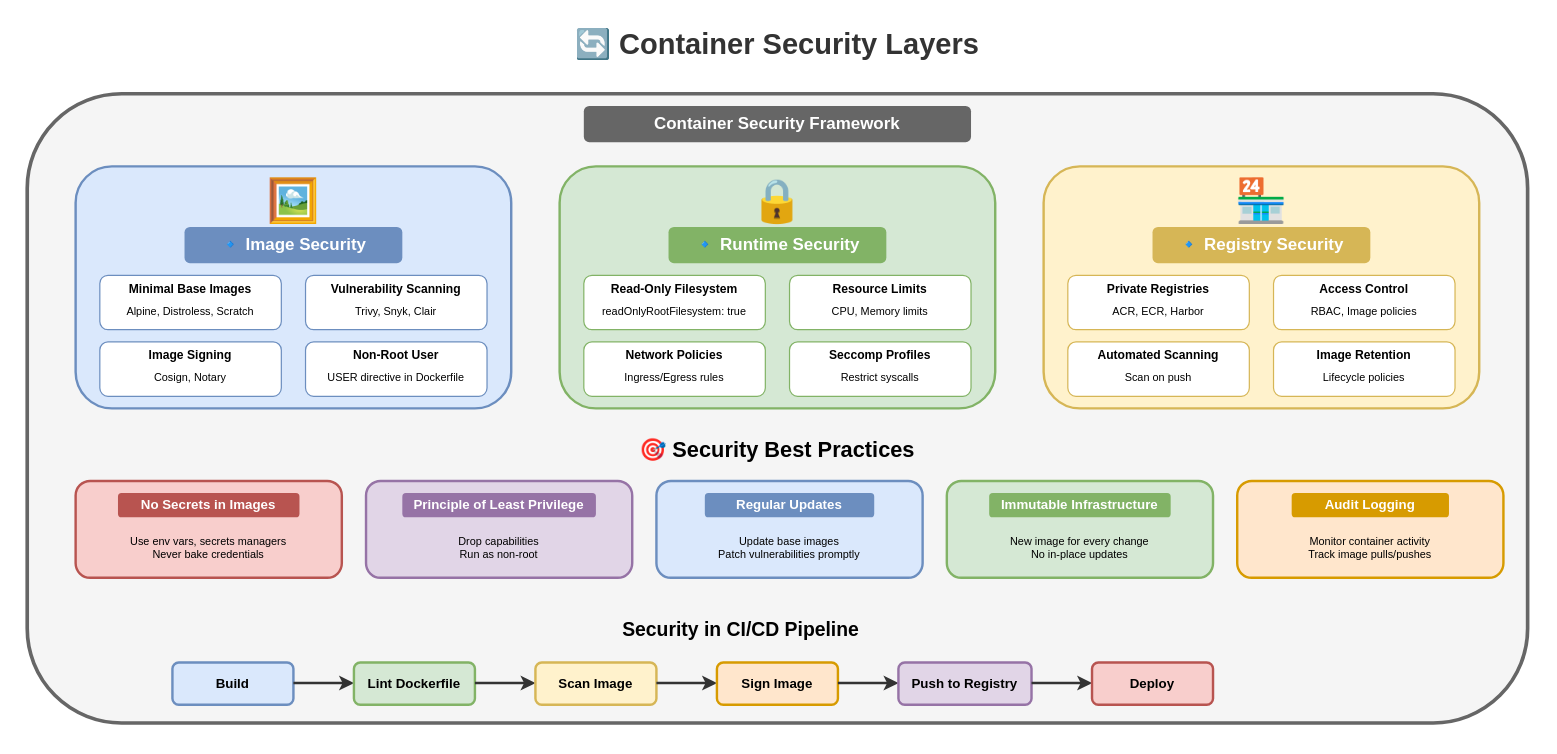
Above: lesson-05-devops-platform-engineering/04-containerization/4.2-container-security-layers.drawio in MrParkerZ7/document-lesson-software-architect-x-claude (draw.io), before the change. Source tidied: cells renumbered, new cells numbered last; positions are measured from the earlier drawing's top-left corner, leaving out a move shared by most shapes. Both pictures are drawn from the tidied source at 121%, with x=0, y=0 at pixel (27, 21).
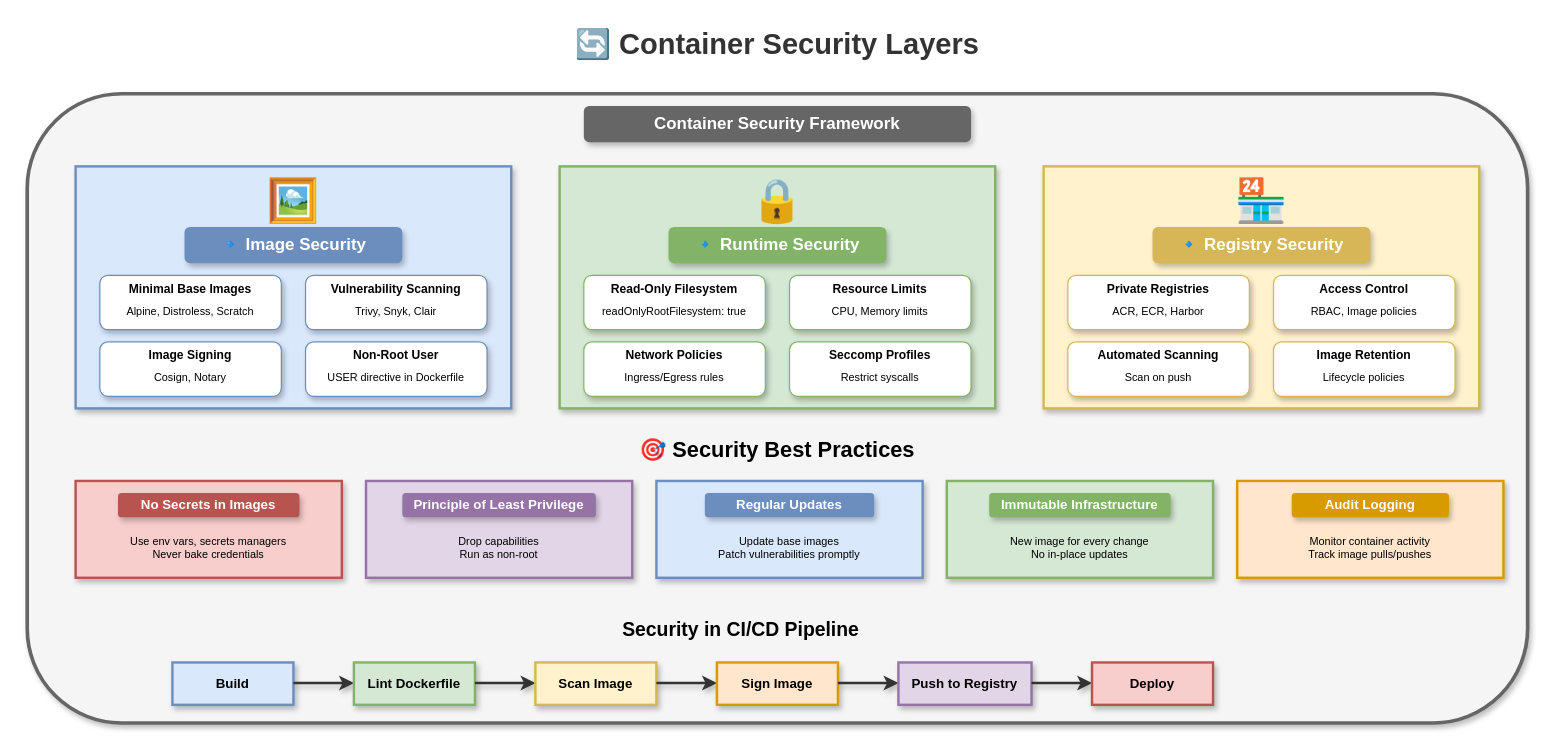
After the change.

What changed in the source:
```diff
@@
-    <mxCell id="3" style="rounded=1;whiteSpace=wrap;html=1;fillColor=#f5f5f5;strokeColor=#666666;strokeWidth=3;" parent="1" vertex="1">
+    <mxCell id="3" style="rounded=1;whiteSpace=wrap;html=1;fillColor=#f5f5f5;strokeColor=#666666;strokeWidth=3;shadow=1;" parent="1" vertex="1">
       <mxGeometry y="60" width="1240" height="520" as="geometry" />
     </mxCell>
-    <mxCell id="4" value="Container Security Framework" style="text;html=1;strokeColor=none;fillColor=#666666;align=center;verticalAlign=middle;whiteSpace=wrap;rounded=1;fontSize=14;fontStyle=1;fontColor=#ffffff;" parent="1" vertex="1">
+    <mxCell id="4" value="Container Security Framework" style="text;html=1;strokeColor=none;fillColor=#666666;align=center;verticalAlign=middle;whiteSpace=wrap;rounded=1;fontSize=14;fontStyle=1;fontColor=#ffffff;shadow=1;" parent="1" vertex="1">
       <mxGeometry x="460" y="70" width="320" height="30" as="geometry" />
     </mxCell>
-    <mxCell id="5" style="rounded=1;whiteSpace=wrap;html=1;fillColor=#dae8fc;strokeColor=#6c8ebf;strokeWidth=2;" parent="1" vertex="1">
+    <mxCell id="5" style="rounded=0;whiteSpace=wrap;html=1;fillColor=#dae8fc;strokeColor=#6c8ebf;strokeWidth=2;shadow=1;" parent="1" vertex="1">
       <mxGeometry x="40" y="120" width="360" height="200" as="geometry" />
     </mxCell>
@@
-    <mxCell id="7" value="🔹 Image Security" style="text;html=1;strokeColor=none;fillColor=#6c8ebf;align=center;verticalAlign=middle;whiteSpace=wrap;rounded=1;fontSize=14;fontStyle=1;fontColor=#ffffff;" parent="1" vertex="1">
+    <mxCell id="7" value="🔹 Image Security" style="text;html=1;strokeColor=none;fillColor=#6c8ebf;align=center;verticalAlign=middle;whiteSpace=wrap;rounded=1;fontSize=14;fontStyle=1;fontColor=#ffffff;shadow=1;" parent="1" vertex="1">
       <mxGeometry x="130" y="170" width="180" height="30" as="geometry" />
     </mxCell>
-    <mxCell id="8" style="rounded=1;whiteSpace=wrap;html=1;fillColor=#ffffff;strokeColor=#6c8ebf;" parent="1" vertex="1">
+    <mxCell id="8" style="rounded=1;whiteSpace=wrap;html=1;fillColor=#ffffff;strokeColor=#6c8ebf;shadow=1;" parent="1" vertex="1">
       <mxGeometry x="60" y="210" width="150" height="45" as="geometry" />
     </mxCell>
@@
-    <mxCell id="11" style="rounded=1;whiteSpace=wrap;html=1;fillColor=#ffffff;strokeColor=#6c8ebf;" parent="1" vertex="1">
+    <mxCell id="11" style="rounded=1;whiteSpace=wrap;html=1;fillColor=#ffffff;strokeColor=#6c8ebf;shadow=1;" parent="1" vertex="1">
       <mxGeometry x="230" y="210" width="150" height="45" as="geometry" />
     </mxCell>
@@
-    <mxCell id="14" style="rounded=1;whiteSpace=wrap;html=1;fillColor=#ffffff;strokeColor=#6c8ebf;" parent="1" vertex="1">
+    <mxCell id="14" style="rounded=1;whiteSpace=wrap;html=1;fillColor=#ffffff;strokeColor=#6c8ebf;shadow=1;" parent="1" vertex="1">
       <mxGeometry x="60" y="265" width="150" height="45" as="geometry" />
     </mxCell>
@@
-    <mxCell id="17" style="rounded=1;whiteSpace=wrap;html=1;fillColor=#ffffff;strokeColor=#6c8ebf;" parent="1" vertex="1">
+    <mxCell id="17" style="rounded=1;whiteSpace=wrap;html=1;fillColor=#ffffff;strokeColor=#6c8ebf;shadow=1;" parent="1" vertex="1">
       <mxGeometry x="230" y="265" width="150" height="45" as="geometry" />
     </mxCell>
@@
-    <mxCell id="20" style="rounded=1;whiteSpace=wrap;html=1;fillColor=#d5e8d4;strokeColor=#82b366;strokeWidth=2;" parent="1" vertex="1">
+    <mxCell id="20" style="rounded=0;whiteSpace=wrap;html=1;fillColor=#d5e8d4;strokeColor=#82b366;strokeWidth=2;shadow=1;" parent="1" vertex="1">
       <mxGeometry x="440" y="120" width="360" height="200" as="geometry" />
     </mxCell>
@@
-    <mxCell id="22" value="🔹 Runtime Security" style="text;html=1;strokeColor=none;fillColor=#82b366;align=center;verticalAlign=middle;whiteSpace=wrap;rounded=1;fontSize=14;fontStyle=1;fontColor=#ffffff;" parent="1" vertex="1">
+    <mxCell id="22" value="🔹 Runtime Security" style="text;html=1;strokeColor=none;fillColor=#82b366;align=center;verticalAlign=middle;whiteSpace=wrap;rounded=1;fontSize=14;fontStyle=1;fontColor=#ffffff;shadow=1;" parent="1" vertex="1">
       <mxGeometry x="530" y="170" width="180" height="30" as="geometry" />
     </mxCell>
-    <mxCell id="23" style="rounded=1;whiteSpace=wrap;html=1;fillColor=#ffffff;strokeColor=#82b366;" parent="1" vertex="1">
+    <mxCell id="23" style="rounded=1;whiteSpace=wrap;html=1;fillColor=#ffffff;strokeColor=#82b366;shadow=1;" parent="1" vertex="1">
       <mxGeometry x="460" y="210" width="150" height="45" as="geometry" />
     </mxCell>
@@
-    <mxCell id="26" style="rounded=1;whiteSpace=wrap;html=1;fillColor=#ffffff;strokeColor=#82b366;" parent="1" vertex="1">
+    <mxCell id="26" style="rounded=1;whiteSpace=wrap;html=1;fillColor=#ffffff;strokeColor=#82b366;shadow=1;" parent="1" vertex="1">
       <mxGeometry x="630" y="210" width="150" height="45" as="geometry" />
     </mxCell>
@@
-    <mxCell id="29" style="rounded=1;whiteSpace=wrap;html=1;fillColor=#ffffff;strokeColor=#82b366;" parent="1" vertex="1">
+    <mxCell id="29" style="rounded=1;whiteSpace=wrap;html=1;fillColor=#ffffff;strokeColor=#82b366;shadow=1;" parent="1" vertex="1">
       <mxGeometry x="460" y="265" width="150" height="45" as="geometry" />
     </mxCell>
@@
-    <mxCell id="32" style="rounded=1;whiteSpace=wrap;html=1;fillColor=#ffffff;strokeColor=#82b366;" parent="1" vertex="1">
+    <mxCell id="32" style="rounded=1;whiteSpace=wrap;html=1;fillColor=#ffffff;strokeColor=#82b366;shadow=1;" parent="1" vertex="1">
       <mxGeometry x="630" y="265" width="150" height="45" as="geometry" />
     </mxCell>
@@
-    <mxCell id="35" style="rounded=1;whiteSpace=wrap;html=1;fillColor=#fff2cc;strokeColor=#d6b656;strokeWidth=2;" parent="1" vertex="1">
+    <mxCell id="35" style="rounded=0;whiteSpace=wrap;html=1;fillColor=#fff2cc;strokeColor=#d6b656;strokeWidth=2;shadow=1;" parent="1" vertex="1">
       <mxGeometry x="840" y="120" width="360" height="200" as="geometry" />
     </mxCell>
@@
-    <mxCell id="37" value="🔹 Registry Security" style="text;html=1;strokeColor=none;fillColor=#d6b656;align=center;verticalAlign=middle;whiteSpace=wrap;rounded=1;fontSize=14;fontStyle=1;fontColor=#ffffff;" parent="1" vertex="1">
+    <mxCell id="37" value="🔹 Registry Security" style="text;html=1;strokeColor=none;fillColor=#d6b656;align=center;verticalAlign=middle;whiteSpace=wrap;rounded=1;fontSize=14;fontStyle=1;fontColor=#ffffff;shadow=1;" parent="1" vertex="1">
       <mxGeometry x="930" y="170" width="180" height="30" as="geometry" />
     </mxCell>
-    <mxCell id="38" style="rounded=1;whiteSpace=wrap;html=1;fillColor=#ffffff;strokeColor=#d6b656;" parent="1" vertex="1">
+    <mxCell id="38" style="rounded=1;whiteSpace=wrap;html=1;fillColor=#ffffff;strokeColor=#d6b656;shadow=1;" parent="1" vertex="1">
       <mxGeometry x="860" y="210" width="150" height="45" as="geometry" />
     </mxCell>
@@
-    <mxCell id="41" style="rounded=1;whiteSpace=wrap;html=1;fillColor=#ffffff;strokeColor=#d6b656;" parent="1" vertex="1">
+    <mxCell id="41" style="rounded=1;whiteSpace=wrap;html=1;fillColor=#ffffff;strokeColor=#d6b656;shadow=1;" parent="1" vertex="1">
       <mxGeometry x="1030" y="210" width="150" height="45" as="geometry" />
     </mxCell>
@@
-    <mxCell id="44" style="rounded=1;whiteSpace=wrap;html=1;fillColor=#ffffff;strokeColor=#d6b656;" parent="1" vertex="1">
+    <mxCell id="44" style="rounded=1;whiteSpace=wrap;html=1;fillColor=#ffffff;strokeColor=#d6b656;shadow=1;" parent="1" vertex="1">
       <mxGeometry x="860" y="265" width="150" height="45" as="geometry" />
     </mxCell>
@@
-    <mxCell id="47" style="rounded=1;whiteSpace=wrap;html=1;fillColor=#ffffff;strokeColor=#d6b656;" parent="1" vertex="1">
+    <mxCell id="47" style="rounded=1;whiteSpace=wrap;html=1;fillColor=#ffffff;strokeColor=#d6b656;shadow=1;" parent="1" vertex="1">
       <mxGeometry x="1030" y="265" width="150" height="45" as="geometry" />
     </mxCell>
@@
-    <mxCell id="51" style="rounded=1;whiteSpace=wrap;html=1;fillColor=#f8cecc;strokeColor=#b85450;strokeWidth=2;" parent="1" vertex="1">
+    <mxCell id="51" style="rounded=0;whiteSpace=wrap;html=1;fillColor=#f8cecc;strokeColor=#b85450;strokeWidth=2;shadow=1;" parent="1" vertex="1">
       <mxGeometry x="40" y="380" width="220" height="80" as="geometry" />
     </mxCell>
-    <mxCell id="52" value="No Secrets in Images" style="text;html=1;strokeColor=none;fillColor=#b85450;align=center;verticalAlign=middle;whiteSpace=wrap;rounded=1;fontSize=11;fontStyle=1;fontColor=#ffffff;" parent="1" vertex="1">
+    <mxCell id="52" value="No Secrets in Images" style="text;html=1;strokeColor=none;fillColor=#b85450;align=center;verticalAlign=middle;whiteSpace=wrap;rounded=1;fontSize=11;fontStyle=1;fontColor=#ffffff;shadow=1;" parent="1" vertex="1">
       <mxGeometry x="75" y="390" width="150" height="20" as="geometry" />
     </mxCell>
@@
-    <mxCell id="54" style="rounded=1;whiteSpace=wrap;html=1;fillColor=#e1d5e7;strokeColor=#9673a6;strokeWidth=2;" parent="1" vertex="1">
+    <mxCell id="54" style="rounded=0;whiteSpace=wrap;html=1;fillColor=#e1d5e7;strokeColor=#9673a6;strokeWidth=2;shadow=1;" parent="1" vertex="1">
       <mxGeometry x="280" y="380" width="220" height="80" as="geometry" />
     </mxCell>
-    <mxCell id="55" value="Principle of Least Privilege" style="text;html=1;strokeColor=none;fillColor=#9673a6;align=center;verticalAlign=middle;whiteSpace=wrap;rounded=1;fontSize=11;fontStyle=1;fontColor=#ffffff;" parent="1" vertex="1">
+    <mxCell id="55" value="Principle of Least Privilege" style="text;html=1;strokeColor=none;fillColor=#9673a6;align=center;verticalAlign=middle;whiteSpace=wrap;rounded=1;fontSize=11;fontStyle=1;fontColor=#ffffff;shadow=1;" parent="1" vertex="1">
       <mxGeometry x="310" y="390" width="160" height="20" as="geometry" />
     </mxCell>
@@
-    <mxCell id="57" style="rounded=1;whiteSpace=wrap;html=1;fillColor=#dae8fc;strokeColor=#6c8ebf;strokeWidth=2;" parent="1" vertex="1">
+    <mxCell id="57" style="rounded=0;whiteSpace=wrap;html=1;fillColor=#dae8fc;strokeColor=#6c8ebf;strokeWidth=2;shadow=1;" parent="1" vertex="1">
       <mxGeometry x="520" y="380" width="220" height="80" as="geometry" />
     </mxCell>
-    <mxCell id="58" value="Regular Updates" style="text;html=1;strokeColor=none;fillColor=#6c8ebf;align=center;verticalAlign=middle;whiteSpace=wrap;rounded=1;fontSize=11;fontStyle=1;fontColor=#ffffff;" parent="1" vertex="1">
+    <mxCell id="58" value="Regular Updates" style="text;html=1;strokeColor=none;fillColor=#6c8ebf;align=center;verticalAlign=middle;whiteSpace=wrap;rounded=1;fontSize=11;fontStyle=1;fontColor=#ffffff;shadow=1;" parent="1" vertex="1">
       <mxGeometry x="560" y="390" width="140" height="20" as="geometry" />
     </mxCell>
@@
-    <mxCell id="60" style="rounded=1;whiteSpace=wrap;html=1;fillColor=#d5e8d4;strokeColor=#82b366;strokeWidth=2;" parent="1" vertex="1">
+    <mxCell id="60" style="rounded=0;whiteSpace=wrap;html=1;fillColor=#d5e8d4;strokeColor=#82b366;strokeWidth=2;shadow=1;" parent="1" vertex="1">
       <mxGeometry x="760" y="380" width="220" height="80" as="geometry" />
     </mxCell>
-    <mxCell id="61" value="Immutable Infrastructure" style="text;html=1;strokeColor=none;fillColor=#82b366;align=center;verticalAlign=middle;whiteSpace=wrap;rounded=1;fontSize=11;fontStyle=1;fontColor=#ffffff;" parent="1" vertex="1">
+    <mxCell id="61" value="Immutable Infrastructure" style="text;html=1;strokeColor=none;fillColor=#82b366;align=center;verticalAlign=middle;whiteSpace=wrap;rounded=1;fontSize=11;fontStyle=1;fontColor=#ffffff;shadow=1;" parent="1" vertex="1">
       <mxGeometry x="795" y="390" width="150" height="20" as="geometry" />
     </mxCell>
@@
-    <mxCell id="63" style="rounded=1;whiteSpace=wrap;html=1;fillColor=#ffe6cc;strokeColor=#d79b00;strokeWidth=2;" parent="1" vertex="1">
+    <mxCell id="63" style="rounded=0;whiteSpace=wrap;html=1;fillColor=#ffe6cc;strokeColor=#d79b00;strokeWidth=2;shadow=1;" parent="1" vertex="1">
       <mxGeometry x="1000" y="380" width="220" height="80" as="geometry" />
     </mxCell>
-    <mxCell id="64" value="Audit Logging" style="text;html=1;strokeColor=none;fillColor=#d79b00;align=center;verticalAlign=middle;whiteSpace=wrap;rounded=1;fontSize=11;fontStyle=1;fontColor=#ffffff;" parent="1" vertex="1">
+    <mxCell id="64" value="Audit Logging" style="text;html=1;strokeColor=none;fillColor=#d79b00;align=center;verticalAlign=middle;whiteSpace=wrap;rounded=1;fontSize=11;fontStyle=1;fontColor=#ffffff;shadow=1;" parent="1" vertex="1">
       <mxGeometry x="1045" y="390" width="130" height="20" as="geometry" />
     </mxCell>
@@
-    <mxCell id="67" value="Build" style="rounded=1;whiteSpace=wrap;html=1;fillColor=#dae8fc;strokeColor=#6c8ebf;strokeWidth=2;fontSize=11;fontStyle=1;" parent="1" vertex="1">
+    <mxCell id="67" value="Build" style="rounded=0;whiteSpace=wrap;html=1;fillColor=#dae8fc;strokeColor=#6c8ebf;strokeWidth=2;fontSize=11;fontStyle=1;shadow=1;" parent="1" vertex="1">
       <mxGeometry x="120" y="530" width="100" height="35" as="geometry" />
     </mxCell>
-    <mxCell id="68" style="endArrow=classic;html=1;strokeWidth=2;strokeColor=#333333;" parent="1" edge="1">
+    <mxCell id="68" style="endArrow=classic;html=1;strokeWidth=2;strokeColor=#333333;shadow=1;curved=1;flowAnimation=1;jumpStyle=arc;" parent="1" edge="1">
       <mxGeometry relative="1" as="geometry">
         <mxPoint x="220" y="547" as="sourcePoint" />
         <mxPoint x="270" y="547" as="targetPoint" />
       </mxGeometry>
     </mxCell>
-    <mxCell id="69" value="Lint Dockerfile" style="rounded=1;whiteSpace=wrap;html=1;fillColor=#d5e8d4;strokeColor=#82b366;strokeWidth=2;fontSize=11;fontStyle=1;" parent="1" vertex="1">
+    <mxCell id="69" value="Lint Dockerfile" style="rounded=0;whiteSpace=wrap;html=1;fillColor=#d5e8d4;strokeColor=#82b366;strokeWidth=2;fontSize=11;fontStyle=1;shadow=1;" parent="1" vertex="1">
       <mxGeometry x="270" y="530" width="100" height="35" as="geometry" />
     </mxCell>
-    <mxCell id="70" style="endArrow=classic;html=1;strokeWidth=2;strokeColor=#333333;" parent="1" edge="1">
+    <mxCell id="70" style="endArrow=classic;html=1;strokeWidth=2;strokeColor=#333333;shadow=1;curved=1;flowAnimation=1;jumpStyle=arc;" parent="1" edge="1">
       <mxGeometry relative="1" as="geometry">
         <mxPoint x="370" y="547" as="sourcePoint" />
         <mxPoint x="420" y="547" as="targetPoint" />
       </mxGeometry>
     </mxCell>
-    <mxCell id="71" value="Scan Image" style="rounded=1;whiteSpace=wrap;html=1;fillColor=#fff2cc;strokeColor=#d6b656;strokeWidth=2;fontSize=11;fontStyle=1;" parent="1" vertex="1">
+    <mxCell id="71" value="Scan Image" style="rounded=0;whiteSpace=wrap;html=1;fillColor=#fff2cc;strokeColor=#d6b656;strokeWidth=2;fontSize=11;fontStyle=1;shadow=1;" parent="1" vertex="1">
       <mxGeometry x="420" y="530" width="100" height="35" as="geometry" />
     </mxCell>
-    <mxCell id="72" style="endArrow=classic;html=1;strokeWidth=2;strokeColor=#333333;" parent="1" edge="1">
+    <mxCell id="72" style="endArrow=classic;html=1;strokeWidth=2;strokeColor=#333333;shadow=1;curved=1;flowAnimation=1;jumpStyle=arc;" parent="1" edge="1">
       <mxGeometry relative="1" as="geometry">
         <mxPoint x="520" y="547" as="sourcePoint" />
         <mxPoint x="570" y="547" as="targetPoint" />
       </mxGeometry>
     </mxCell>
-    <mxCell id="73" value="Sign Image" style="rounded=1;whiteSpace=wrap;html=1;fillColor=#ffe6cc;strokeColor=#d79b00;strokeWidth=2;fontSize=11;fontStyle=1;" parent="1" vertex="1">
+    <mxCell id="73" value="Sign Image" style="rounded=0;whiteSpace=wrap;html=1;fillColor=#ffe6cc;strokeColor=#d79b00;strokeWidth=2;fontSize=11;fontStyle=1;shadow=1;" parent="1" vertex="1">
       <mxGeometry x="570" y="530" width="100" height="35" as="geometry" />
     </mxCell>
-    <mxCell id="74" style="endArrow=classic;html=1;strokeWidth=2;strokeColor=#333333;" parent="1" edge="1">
+    <mxCell id="74" style="endArrow=classic;html=1;strokeWidth=2;strokeColor=#333333;shadow=1;curved=1;flowAnimation=1;jumpStyle=arc;" parent="1" edge="1">
       <mxGeometry relative="1" as="geometry">
         <mxPoint x="670" y="547" as="sourcePoint" />
         <mxPoint x="720" y="547" as="targetPoint" />
       </mxGeometry>
     </mxCell>
-    <mxCell id="75" value="Push to Registry" style="rounded=1;whiteSpace=wrap;html=1;fillColor=#e1d5e7;strokeColor=#9673a6;strokeWidth=2;fontSize=11;fontStyle=1;" parent="1" vertex="1">
+    <mxCell id="75" value="Push to Registry" style="rounded=0;whiteSpace=wrap;html=1;fillColor=#e1d5e7;strokeColor=#9673a6;strokeWidth=2;fontSize=11;fontStyle=1;shadow=1;" parent="1" vertex="1">
       <mxGeometry x="720" y="530" width="110" height="35" as="geometry" />
     </mxCell>
-    <mxCell id="76" style="endArrow=classic;html=1;strokeWidth=2;strokeColor=#333333;" parent="1" edge="1">
+    <mxCell id="76" style="endArrow=classic;html=1;strokeWidth=2;strokeColor=#333333;shadow=1;curved=1;flowAnimation=1;jumpStyle=arc;" parent="1" edge="1">
       <mxGeometry relative="1" as="geometry">
         <mxPoint x="830" y="547" as="sourcePoint" />
         <mxPoint x="880" y="547" as="targetPoint" />
       </mxGeometry>
     </mxCell>
-    <mxCell id="77" value="Deploy" style="rounded=1;whiteSpace=wrap;html=1;fillColor=#f8cecc;strokeColor=#b85450;strokeWidth=2;fontSize=11;fontStyle=1;" parent="1" vertex="1">
+    <mxCell id="77" value="Deploy" style="rounded=0;whiteSpace=wrap;html=1;fillColor=#f8cecc;strokeColor=#b85450;strokeWidth=2;fontSize=11;fontStyle=1;shadow=1;" parent="1" vertex="1">
       <mxGeometry x="880" y="530" width="100" height="35" as="geometry" />
     </mxCell>
```
